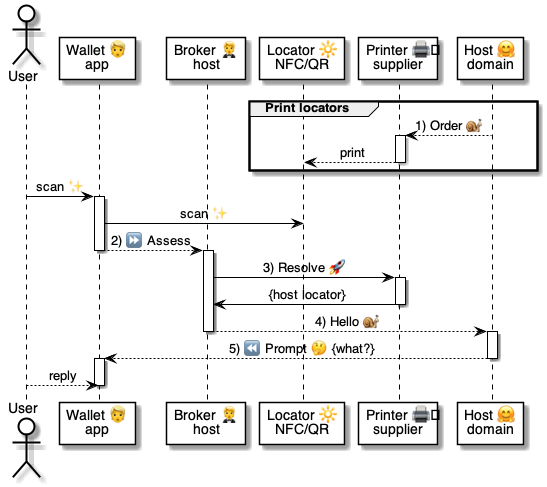
Earlier version of the PlantUML export 4 ⚙️ Solution/20 🧑‍🦰 UI/Wallets 🧑‍🦰/🧑‍🦰💬 Wallet chats/...in App 🏠/Tap alias locator 🔆🖨️ /🧑‍🦰 Tap alias locator ⚙️ uml.png (pollyweb-org/pollyweb-docs). Its source is kept beside it as 4 ⚙️ Solution/20 🧑‍🦰 UI/Wallets 🧑‍🦰/🧑‍🦰💬 Wallet chats/...in App 🏠/Tap alias locator 🔆🖨️ /🧑‍🦰 Tap alias locator ⚙️ uml.puml. Source of this version:
```plantuml
@startuml 👉 Printer NFC-QR check-in

actor User as user

participant "Wallet 👱\napp" as wallet
participant "Broker 🤵\nhost" as broker

participant "Locator 🔆\nNFC/QR" as qr
participant "Printer 🖨️\nsupplier" as printer
participant "Host 🤗\ndomain" as host



group Print locators

    host --> printer: 1) Order 🐌

    activate printer
      printer --> qr: print
    deactivate printer

end group


user -> wallet: scan ✨

activate wallet
  wallet -> qr: scan ✨
  wallet --> broker: 2) ⏩ Assess
deactivate wallet


activate broker

    broker -> printer: 3) Resolve 🚀

activate printer
    printer -> broker: {host locator}
deactivate printer

    broker --> host: 4) Hello 🐌
deactivate broker


activate host
    host --> wallet: 5) ⏪ Prompt 🤔 {what?}
deactivate host

activate wallet
    user --> wallet: reply
deactivate wallet

@enduml
```
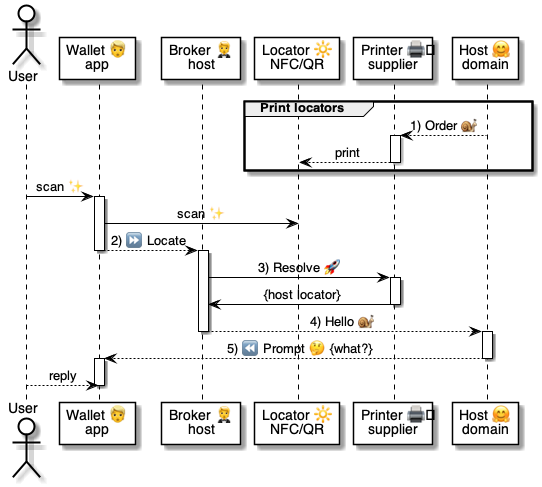
The same file after the commit.

Diff of the diagram source:
```diff
@@ -26,7 +26,7 @@
 
 activate wallet
   wallet -> qr: scan ✨
-  wallet --> broker: 2) ⏩ Assess
+  wallet --> broker: 2) ⏩ Locate
 deactivate wallet
 
 
```
